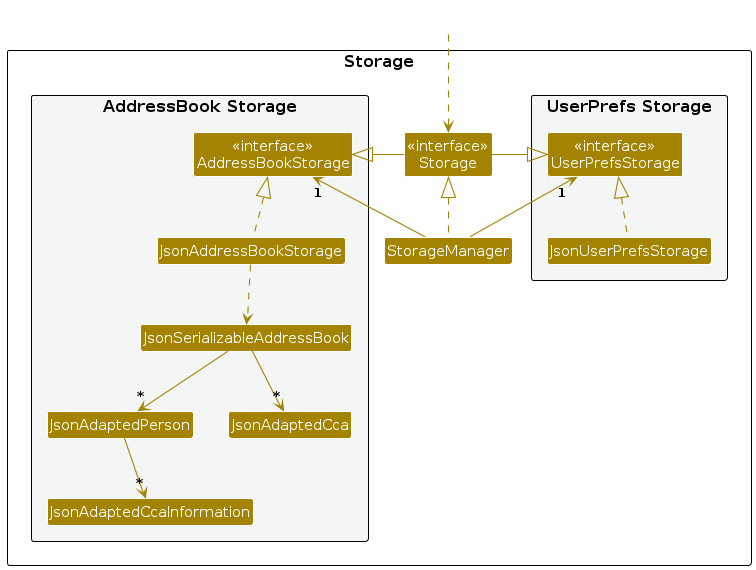
Earlier version of the PlantUML export diagrams/StorageClassDiagram.png (AY2425S2-CS2103T-T09-4/tp). Its source is kept beside it as diagrams/StorageClassDiagram.puml.
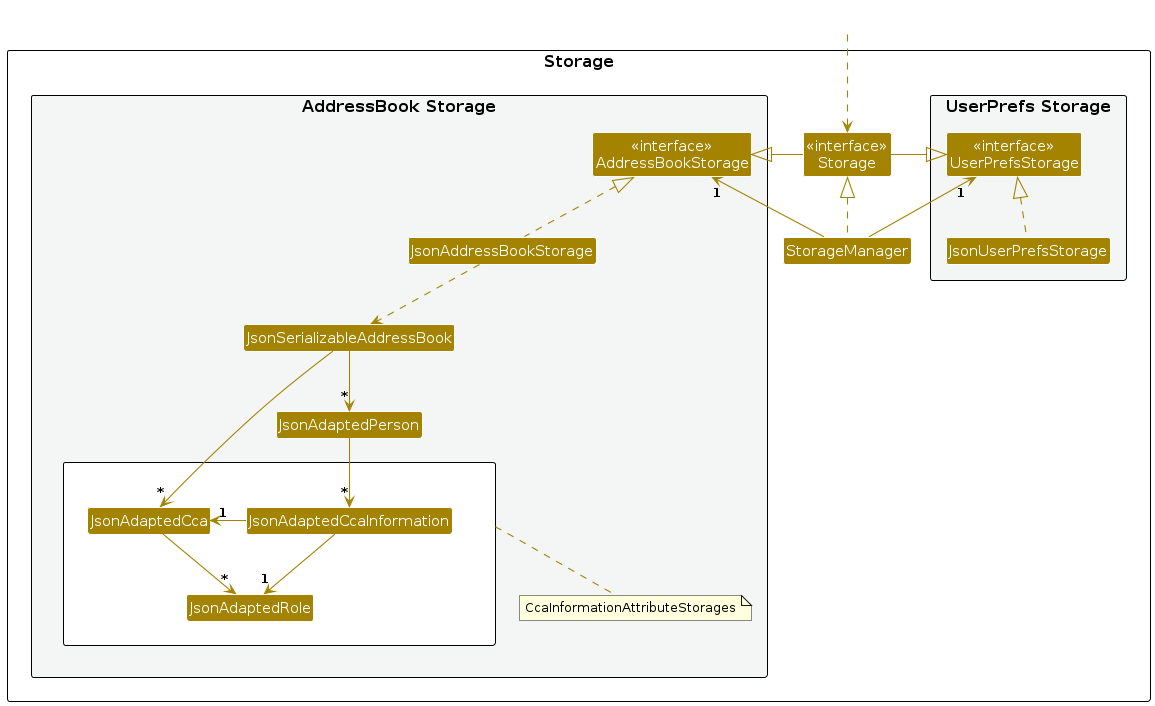
After the change.

What changed in the source:
```diff
@@ -19,8 +19,15 @@
 Class JsonAddressBookStorage
 Class JsonSerializableAddressBook
 Class JsonAdaptedPerson
-Class JsonAdaptedCca
-Class JsonAdaptedCcaInformation
+
+package "" as CcaInformationClasses {
+    Class JsonAdaptedCca
+    Class JsonAdaptedCcaInformation
+    Class JsonAdaptedRole
+}
+note bottom of CcaInformationClasses
+  CcaInformationAttributeStorages
+end note
 }
 
 }
@@ -41,5 +48,8 @@
 JsonSerializableAddressBook --> "*" JsonAdaptedPerson
 JsonSerializableAddressBook --> "*" JsonAdaptedCca
 JsonAdaptedPerson -down-> "*" JsonAdaptedCcaInformation
+JsonAdaptedCcaInformation -right-> "1" JsonAdaptedCca
+JsonAdaptedCcaInformation -down-> "1" JsonAdaptedRole
+JsonAdaptedCca -down-> "*" JsonAdaptedRole
 
 @enduml
```
